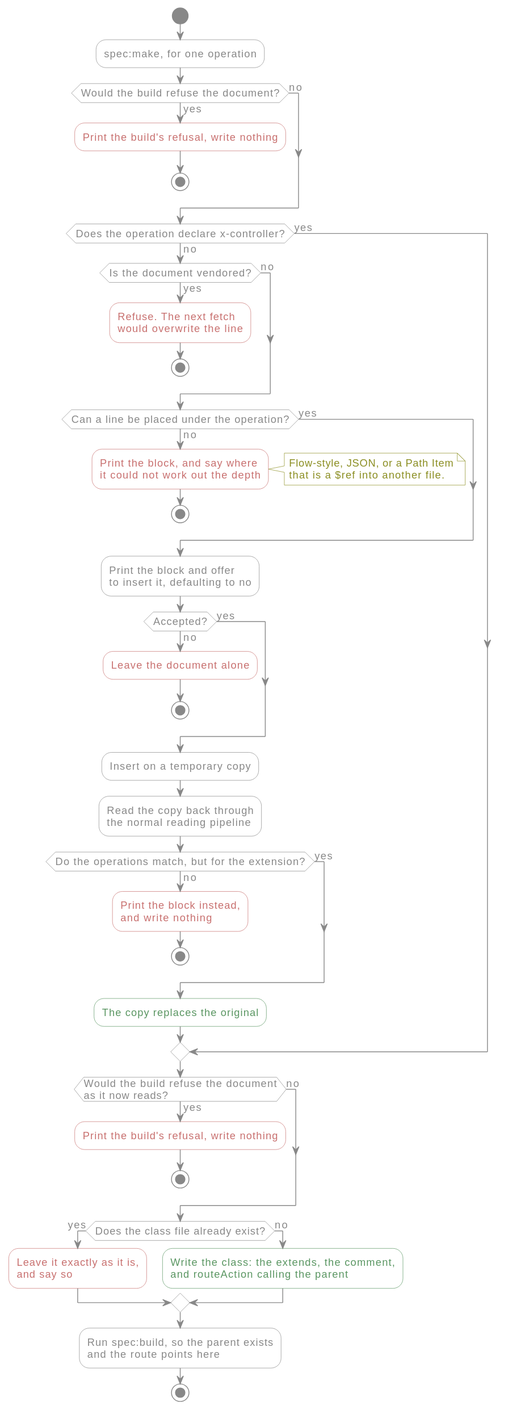
The PlantUML diagram docs/diagrams/spec-make.svg in Gcob/lara-spec-first, before a commit. Its source is kept beside it as docs/diagrams/spec-make.puml.
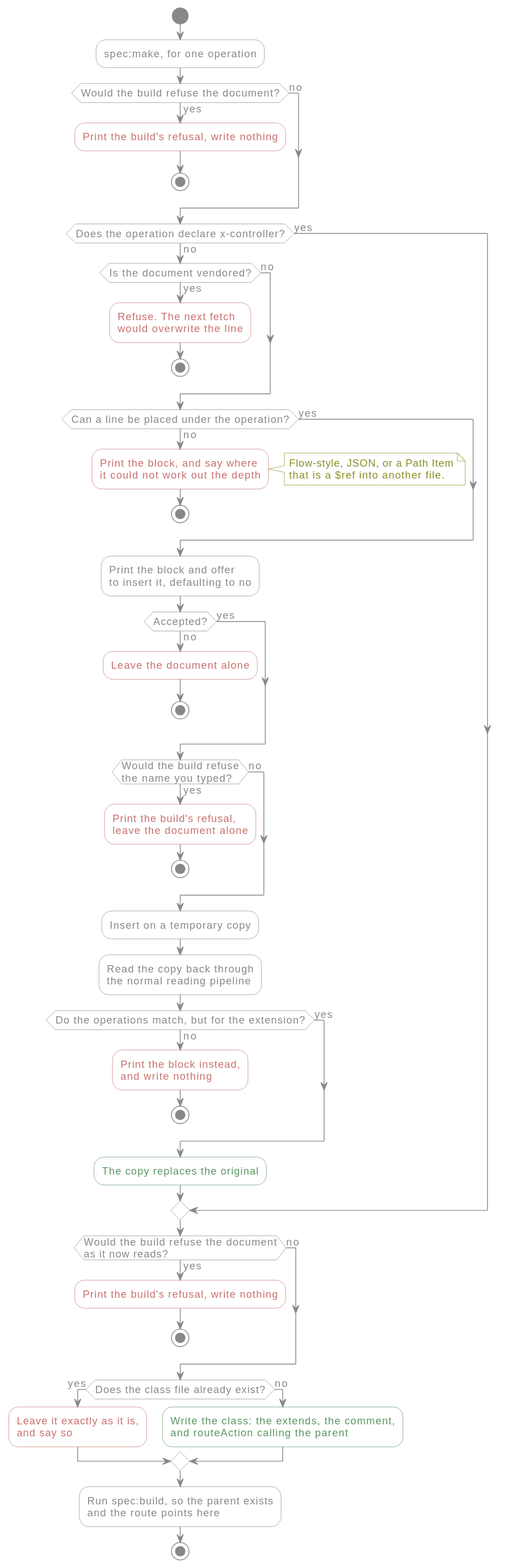
After the commit.

Commit message:
fix(make): #112 refuse a typed x-controller the build would refuse before writing it

The edit, as a diff of the source:
```diff
@@ -37,6 +37,12 @@
   else (yes)
   endif
 
+  if (Would the build refuse\nthe name you typed?) then (yes)
+    :Print the build's refusal,\nleave the document alone; <<refusal>>
+    stop
+  else (no)
+  endif
+
   :Insert on a temporary copy;
   :Read the copy back through\nthe normal reading pipeline;
 
```
